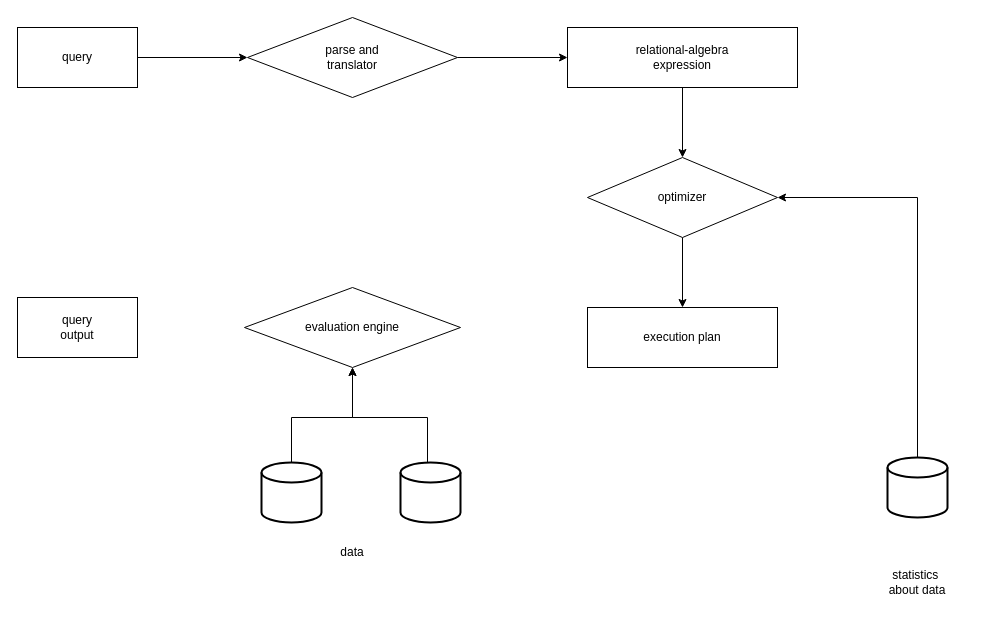
This is SQL引擎的职责.drawio from ChengziMao/picture, a draw.io file, before an edit. Source tidied: cells renumbered, new cells numbered last; positions are measured from the earlier drawing's top-left corner, leaving out a move shared by most shapes. Both pictures are drawn from the tidied source at 100%, with x=0, y=0 at pixel (17, 17).
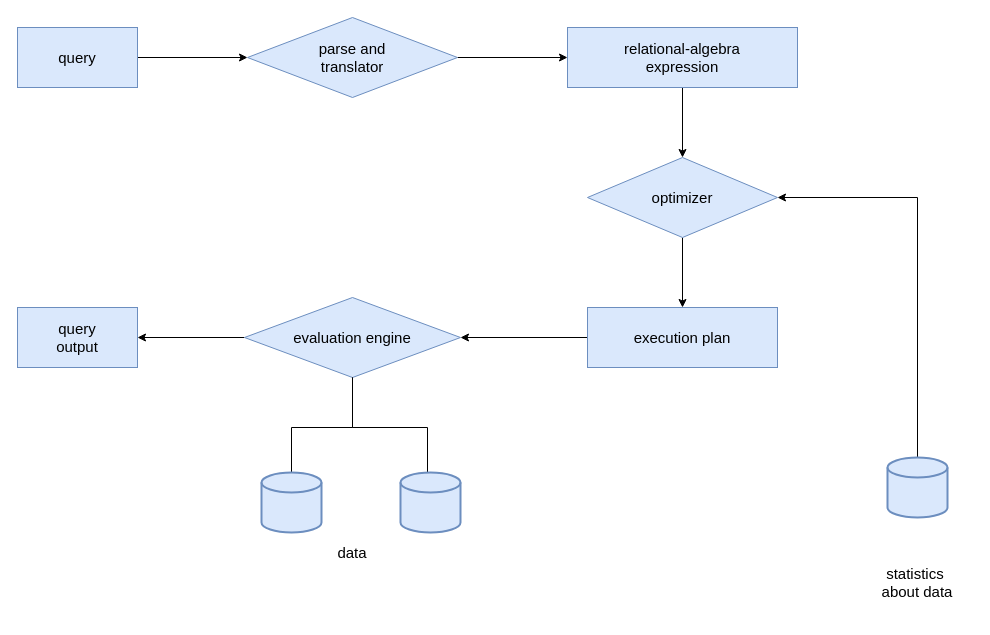
Above is the later version.

Commit message:
更新SQL引擎的职责.drawio

Diff of the diagram source:
```diff
@@
-    <mxCell id="2" style="edgeStyle=orthogonalEdgeStyle;rounded=0;jettySize=auto;html=1;entryX=0;entryY=0.5;entryDx=0;entryDy=0;" parent="1" edge="1" source="3" target="5">
+    <mxCell id="2" style="edgeStyle=orthogonalEdgeStyle;rounded=0;jettySize=auto;html=1;entryX=0;entryY=0.5;entryDx=0;entryDy=0;fontSize=15;" parent="1" edge="1" source="3" target="5">
       <mxGeometry relative="1" as="geometry" />
     </mxCell>
-    <mxCell id="3" value="query" style="rounded=0;whiteSpace=wrap;html=1;" parent="1" vertex="1">
+    <mxCell id="3" value="query" style="rounded=0;whiteSpace=wrap;html=1;fontSize=15;fillColor=#dae8fc;strokeColor=#6c8ebf;" parent="1" vertex="1">
       <mxGeometry y="10" width="120" height="60" as="geometry" />
     </mxCell>
-    <mxCell id="4" style="edgeStyle=orthogonalEdgeStyle;rounded=0;jettySize=auto;html=1;entryX=0;entryY=0.5;entryDx=0;entryDy=0;" parent="1" edge="1" source="5" target="7">
+    <mxCell id="4" style="edgeStyle=orthogonalEdgeStyle;rounded=0;jettySize=auto;html=1;entryX=0;entryY=0.5;entryDx=0;entryDy=0;fontSize=15;" parent="1" edge="1" source="5" target="7">
       <mxGeometry relative="1" as="geometry" />
     </mxCell>
-    <mxCell id="5" value="parse and&lt;div&gt;translator&lt;/div&gt;" style="rhombus;whiteSpace=wrap;html=1;" parent="1" vertex="1">
+    <mxCell id="5" value="parse and&lt;div&gt;translator&lt;/div&gt;" style="rhombus;whiteSpace=wrap;html=1;fontSize=15;fillColor=#dae8fc;strokeColor=#6c8ebf;" parent="1" vertex="1">
       <mxGeometry x="230" width="210" height="80" as="geometry" />
     </mxCell>
-    <mxCell id="6" style="edgeStyle=orthogonalEdgeStyle;rounded=0;jettySize=auto;html=1;entryX=0.5;entryY=0;entryDx=0;entryDy=0;" parent="1" edge="1" source="7" target="9">
+    <mxCell id="6" style="edgeStyle=orthogonalEdgeStyle;rounded=0;jettySize=auto;html=1;entryX=0.5;entryY=0;entryDx=0;entryDy=0;fontSize=15;" parent="1" edge="1" source="7" target="9">
       <mxGeometry relative="1" as="geometry" />
     </mxCell>
-    <mxCell id="7" value="relational-algebra&lt;div&gt;expression&lt;/div&gt;" style="rounded=0;whiteSpace=wrap;html=1;" parent="1" vertex="1">
+    <mxCell id="7" value="relational-algebra&lt;div&gt;expression&lt;/div&gt;" style="rounded=0;whiteSpace=wrap;html=1;fontSize=15;fillColor=#dae8fc;strokeColor=#6c8ebf;" parent="1" vertex="1">
       <mxGeometry x="550" y="10" width="230" height="60" as="geometry" />
     </mxCell>
-    <mxCell id="8" style="edgeStyle=orthogonalEdgeStyle;rounded=0;jettySize=auto;html=1;entryX=0.5;entryY=0;entryDx=0;entryDy=0;" parent="1" edge="1" source="9" target="10">
+    <mxCell id="8" style="edgeStyle=orthogonalEdgeStyle;rounded=0;jettySize=auto;html=1;entryX=0.5;entryY=0;entryDx=0;entryDy=0;fontSize=15;" parent="1" edge="1" source="9" target="10">
       <mxGeometry relative="1" as="geometry" />
     </mxCell>
-    <mxCell id="9" value="optimizer" style="rhombus;whiteSpace=wrap;html=1;" parent="1" vertex="1">
+    <mxCell id="9" value="optimizer" style="rhombus;whiteSpace=wrap;html=1;fontSize=15;fillColor=#dae8fc;strokeColor=#6c8ebf;" parent="1" vertex="1">
       <mxGeometry x="570" y="140" width="190" height="80" as="geometry" />
     </mxCell>
+    <mxCell id="21" style="edgeStyle=orthogonalEdgeStyle;rounded=0;jettySize=auto;html=1;entryX=1;entryY=0.5;entryDx=0;entryDy=0;" parent="1" edge="1" source="10" target="11">
+      <mxGeometry relative="1" as="geometry" />
+    </mxCell>
-    <mxCell id="10" value="execution plan" style="rounded=0;whiteSpace=wrap;html=1;" parent="1" vertex="1">
+    <mxCell id="10" value="execution plan" style="rounded=0;whiteSpace=wrap;html=1;fontSize=15;fillColor=#dae8fc;strokeColor=#6c8ebf;" parent="1" vertex="1">
       <mxGeometry x="570" y="290" width="190" height="60" as="geometry" />
     </mxCell>
+    <mxCell id="22" style="edgeStyle=orthogonalEdgeStyle;rounded=0;jettySize=auto;html=1;entryX=1;entryY=0.5;entryDx=0;entryDy=0;" parent="1" edge="1" source="11" target="12">
+      <mxGeometry relative="1" as="geometry" />
+    </mxCell>
-    <mxCell id="11" value="evaluation engine" style="rhombus;whiteSpace=wrap;html=1;" parent="1" vertex="1">
-      <mxGeometry x="227" y="270" width="216" height="80" as="geometry" />
+    <mxCell id="11" value="evaluation engine" style="rhombus;whiteSpace=wrap;html=1;fontSize=15;fillColor=#dae8fc;strokeColor=#6c8ebf;" parent="1" vertex="1">
+      <mxGeometry x="227" y="280" width="216" height="80" as="geometry" />
     </mxCell>
-    <mxCell id="12" value="query&lt;div&gt;output&lt;/div&gt;" style="rounded=0;whiteSpace=wrap;html=1;" parent="1" vertex="1">
-      <mxGeometry y="280" width="120" height="60" as="geometry" />
+    <mxCell id="12" value="query&lt;div&gt;output&lt;/div&gt;" style="rounded=0;whiteSpace=wrap;html=1;fontSize=15;fillColor=#dae8fc;strokeColor=#6c8ebf;" parent="1" vertex="1">
+      <mxGeometry y="290" width="120" height="60" as="geometry" />
     </mxCell>
-    <mxCell id="13" style="edgeStyle=orthogonalEdgeStyle;rounded=0;jettySize=auto;html=1;entryX=0.5;entryY=1;entryDx=0;entryDy=0;" parent="1" edge="1" source="14" target="11">
+    <mxCell id="13" style="edgeStyle=orthogonalEdgeStyle;rounded=0;jettySize=auto;html=1;entryX=0.5;entryY=1;entryDx=0;entryDy=0;fontSize=15;endArrow=none;endFill=0;" parent="1" edge="1" source="14" target="11">
       <mxGeometry relative="1" as="geometry">
         <Array as="points">
-          <mxPoint x="274" y="400" />
-          <mxPoint x="335" y="400" />
+          <mxPoint x="274" y="410" />
+          <mxPoint x="335" y="410" />
         </Array>
       </mxGeometry>
     </mxCell>
-    <mxCell id="14" style="strokeWidth=2;html=1;shape=mxgraph.flowchart.database;whiteSpace=wrap;" parent="1" vertex="1">
-      <mxGeometry x="244" y="445" width="60" height="60" as="geometry" />
+    <mxCell id="14" style="strokeWidth=2;html=1;shape=mxgraph.flowchart.database;whiteSpace=wrap;fontSize=15;fillColor=#dae8fc;strokeColor=#6c8ebf;" parent="1" vertex="1">
+      <mxGeometry x="244" y="455" width="60" height="60" as="geometry" />
     </mxCell>
-    <mxCell id="15" style="edgeStyle=orthogonalEdgeStyle;rounded=0;jettySize=auto;html=1;entryX=0.5;entryY=1;entryDx=0;entryDy=0;" parent="1" edge="1" source="16" target="11">
+    <mxCell id="15" style="edgeStyle=orthogonalEdgeStyle;rounded=0;jettySize=auto;html=1;entryX=0.5;entryY=1;entryDx=0;entryDy=0;fontSize=15;endArrow=none;endFill=0;" parent="1" edge="1" source="16" target="11">
       <mxGeometry relative="1" as="geometry">
         <Array as="points">
-          <mxPoint x="410" y="400" />
-          <mxPoint x="335" y="400" />
+          <mxPoint x="410" y="410" />
+          <mxPoint x="335" y="410" />
         </Array>
       </mxGeometry>
     </mxCell>
-    <mxCell id="16" style="strokeWidth=2;html=1;shape=mxgraph.flowchart.database;whiteSpace=wrap;" parent="1" vertex="1">
-      <mxGeometry x="383" y="445" width="60" height="60" as="geometry" />
+    <mxCell id="16" style="strokeWidth=2;html=1;shape=mxgraph.flowchart.database;whiteSpace=wrap;fontSize=15;fillColor=#dae8fc;strokeColor=#6c8ebf;" parent="1" vertex="1">
+      <mxGeometry x="383" y="455" width="60" height="60" as="geometry" />
     </mxCell>
-    <mxCell id="17" style="edgeStyle=orthogonalEdgeStyle;rounded=0;jettySize=auto;html=1;entryX=1;entryY=0.5;entryDx=0;entryDy=0;" parent="1" edge="1" source="18" target="9">
+    <mxCell id="17" style="edgeStyle=orthogonalEdgeStyle;rounded=0;jettySize=auto;html=1;entryX=1;entryY=0.5;entryDx=0;entryDy=0;fontSize=15;" parent="1" edge="1" source="18" target="9">
       <mxGeometry relative="1" as="geometry">
         <Array as="points">
           <mxPoint x="900" y="180" />
         </Array>
       </mxGeometry>
     </mxCell>
-    <mxCell id="18" style="strokeWidth=2;html=1;shape=mxgraph.flowchart.database;whiteSpace=wrap;" parent="1" vertex="1">
+    <mxCell id="18" style="strokeWidth=2;html=1;shape=mxgraph.flowchart.database;whiteSpace=wrap;fontSize=15;fillColor=#dae8fc;strokeColor=#6c8ebf;" parent="1" vertex="1">
       <mxGeometry x="870" y="440" width="60" height="60" as="geometry" />
     </mxCell>
-    <mxCell id="19" value="statistics&amp;nbsp;&lt;div&gt;about data&lt;/div&gt;" style="text;html=1;whiteSpace=wrap;strokeColor=none;fillColor=none;align=center;verticalAlign=middle;rounded=0;" parent="1" vertex="1">
+    <mxCell id="19" value="statistics&amp;nbsp;&lt;div&gt;about data&lt;/div&gt;" style="text;html=1;whiteSpace=wrap;strokeColor=none;fillColor=none;align=center;verticalAlign=middle;rounded=0;fontSize=15;" parent="1" vertex="1">
       <mxGeometry x="845" y="530" width="110" height="70" as="geometry" />
     </mxCell>
-    <mxCell id="20" value="data" style="text;html=1;whiteSpace=wrap;strokeColor=none;fillColor=none;align=center;verticalAlign=middle;rounded=0;" parent="1" vertex="1">
+    <mxCell id="20" value="data" style="text;html=1;whiteSpace=wrap;strokeColor=none;fillColor=none;align=center;verticalAlign=middle;rounded=0;fontSize=15;" parent="1" vertex="1">
       <mxGeometry x="305" y="520" width="60" height="30" as="geometry" />
     </mxCell>
```
